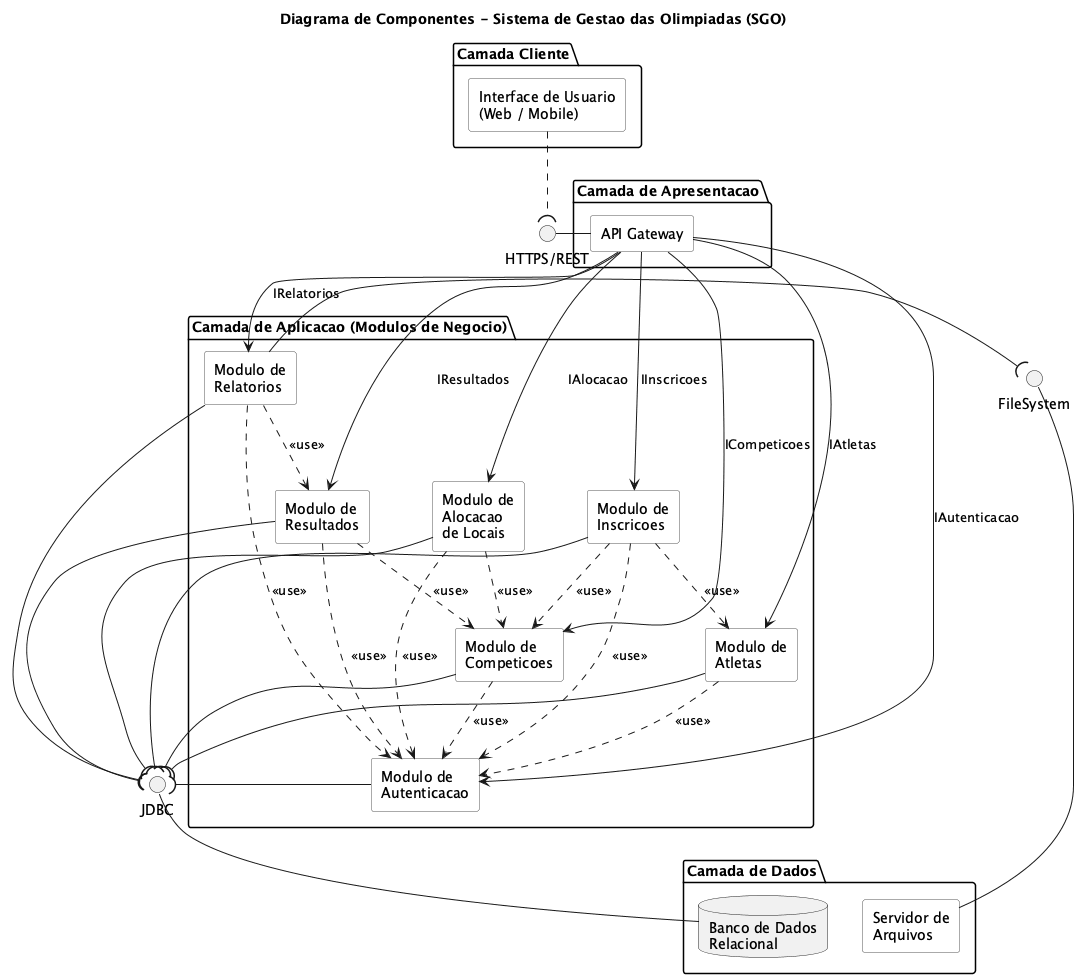
The PlantUML diagram imagens/diagrama-de-componentes.png in MirandaSls/Trabalho-SGO, before a commit.
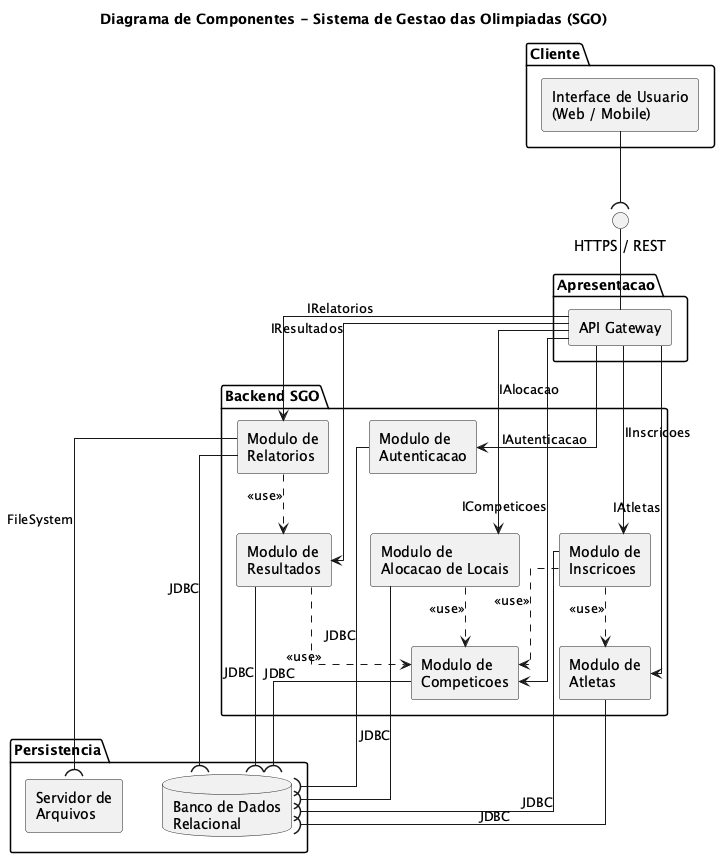
After the commit.

Diff of the diagram source:
```diff
@@ -2,48 +2,44 @@
 title Diagrama de Componentes - Sistema de Gestao das Olimpiadas (SGO)
 
 skinparam componentStyle rectangle
-skinparam component {
-  BackgroundColor #FEFEFE
-  BorderColor #555555
-}
+skinparam linetype ortho
+skinparam nodesep 40
+skinparam ranksep 60
 
-package "Camada Cliente" {
+package "Cliente" {
   [Interface de Usuario\n(Web / Mobile)] as UI
 }
 
-package "Camada de Apresentacao" {
+package "Apresentacao" {
   [API Gateway] as GW
 }
 
-package "Camada de Aplicacao (Modulos de Negocio)" {
-  [Modulo de\nAutenticacao] as AUTH
-  [Modulo de\nCompeticoes] as MCO
-  [Modulo de\nInscricoes] as MIN
-  [Modulo de\nAlocacao\nde Locais] as MAL
-  [Modulo de\nResultados] as MRE
-  [Modulo de\nRelatorios] as MRL
-  [Modulo de\nAtletas] as MAT
+package "Backend SGO" {
+  [Modulo de\nAutenticacao]      as AUTH
+  [Modulo de\nCompeticoes]       as MCO
+  [Modulo de\nInscricoes]        as MIN
+  [Modulo de\nAlocacao de Locais] as MAL
+  [Modulo de\nResultados]        as MRE
+  [Modulo de\nAtletas]           as MAT
+  [Modulo de\nRelatorios]        as MRL
 }
 
-package "Camada de Dados" {
+package "Persistencia" {
   database "Banco de Dados\nRelacional" as DB
-  [Servidor de\nArquivos] as FS
+  [Servidor de\nArquivos]               as FS
 }
 
-interface "HTTPS/REST" as IHTTPS
-interface "JDBC" as IJDBC
-interface "FileSystem" as IFS
-
-UI ..( IHTTPS
-IHTTPS - GW
+interface "HTTPS / REST" as IREST
+UI --( IREST
+IREST -- GW
 
 GW --> AUTH : IAutenticacao
-GW --> MCO : ICompeticoes
-GW --> MIN : IInscricoes
-GW --> MAL : IAlocacao
-GW --> MRE : IResultados
-GW --> MRL : IRelatorios
-GW --> MAT : IAtletas
+GW --> MCO  : ICompeticoes
+GW --> MIN  : IInscricoes
+GW --> MAL  : IAlocacao
+GW --> MRE  : IResultados
+GW --> MAT  : IAtletas
+GW --> MRL  : IRelatorios
 
 MIN ..> MCO : <<use>>
 MIN ..> MAT : <<use>>
@@ -51,23 +47,14 @@
 MRE ..> MCO : <<use>>
 MRL ..> MRE : <<use>>
 
-MCO ..> AUTH : <<use>>
-MIN ..> AUTH : <<use>>
-MAL ..> AUTH : <<use>>
-MRE ..> AUTH : <<use>>
-MRL ..> AUTH : <<use>>
-MAT ..> AUTH : <<use>>
+AUTH -down-( DB : JDBC
+MCO  -down-( DB : JDBC
+MIN  -down-( DB : JDBC
+MAL  -down-( DB : JDBC
+MRE  -down-( DB : JDBC
+MAT  -down-( DB : JDBC
+MRL  -down-( DB : JDBC
 
-AUTH -( IJDBC
-MCO -( IJDBC
-MIN -( IJDBC
-MAL -( IJDBC
-MRE -( IJDBC
-MAT -( IJDBC
-MRL -( IJDBC
-IJDBC -- DB
-
-MRL -( IFS
-IFS -- FS
+MRL -down-( FS : FileSystem
 
 @enduml
```
